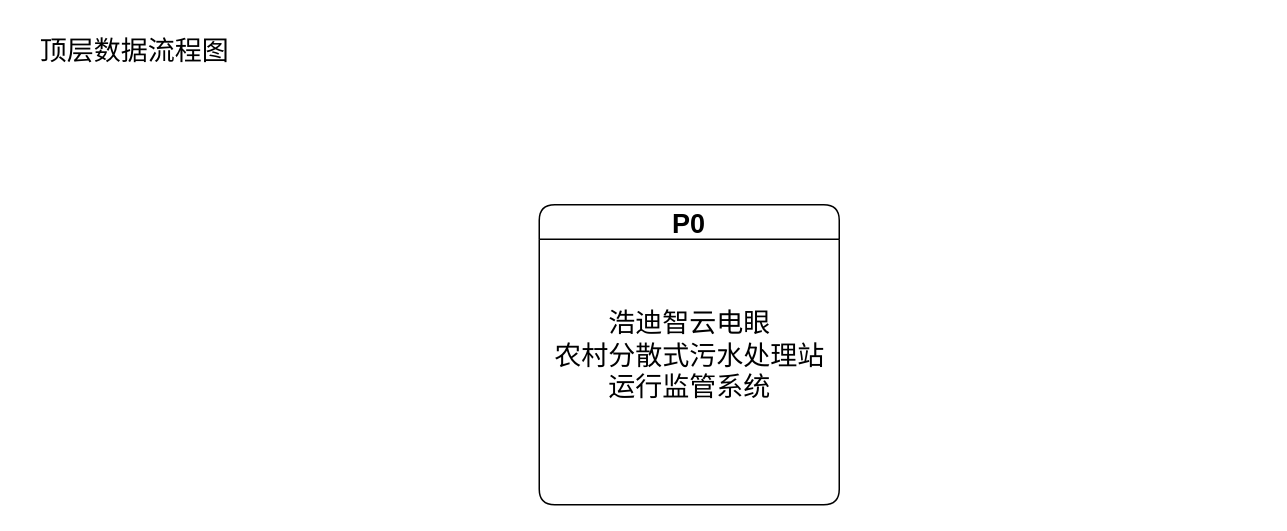
Earlier version of the draw.io diagram 数据流图.drawio (Lihua-neko/QASystemOnMedicalKG). Source tidied: cells renumbered, new cells numbered last; positions are measured from the earlier drawing's top-left corner, leaving out a move shared by most shapes. Both pictures are drawn from the tidied source at 150%, with x=0, y=0 at pixel (26, 26).
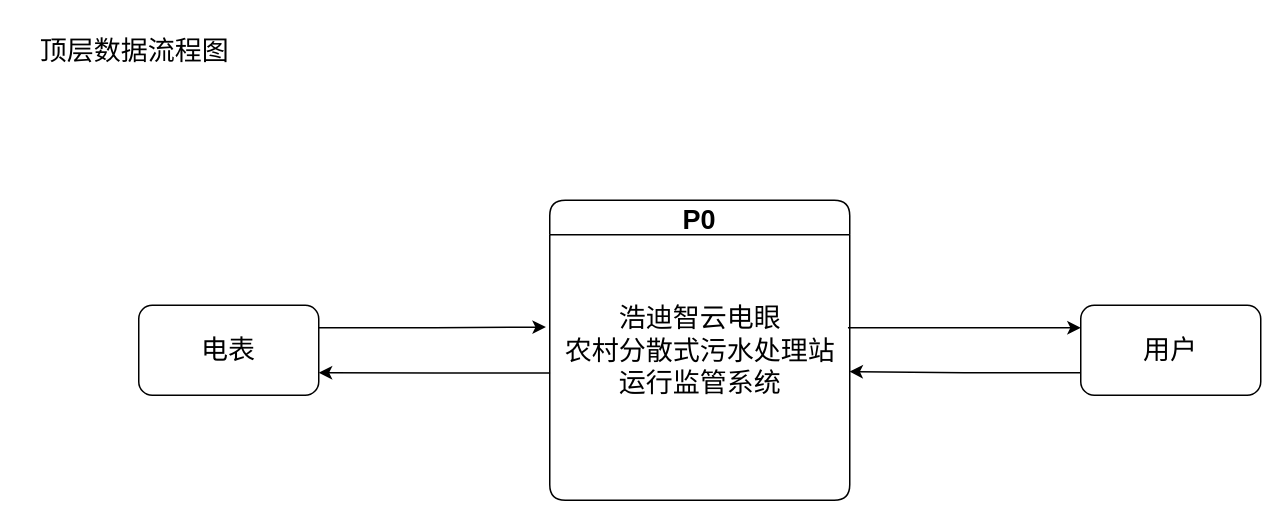
The same diagram, later.

Commit message (it also covers changes not shown here):
更新数据流图.drawio

What changed in the source:
```diff
@@
 <mxGraphModel>
   <root>
     <mxCell id="0" />
     <mxCell id="1" parent="0" />
     <mxCell id="2" value="&lt;font style=&quot;font-size: 18px;&quot;&gt;顶层数据流程图&lt;/font&gt;" style="text;html=1;align=center;verticalAlign=middle;strokeColor=none;fillColor=none;" parent="1" vertex="1">
       <mxGeometry width="144" height="34" as="geometry" />
     </mxCell>
     <mxCell id="3" value="P0" style="swimlane;fontSize=18;rounded=1;sketch=0;shadow=0;glass=0;" parent="1" vertex="1">
-      <mxGeometry x="342" y="119" width="200" height="200" as="geometry" />
+      <mxGeometry x="349" y="116" width="200" height="200" as="geometry" />
     </mxCell>
     <mxCell id="4" value="浩迪智云电眼&lt;br&gt;农村分散式污水处理站&lt;br&gt;运行监管系统" style="text;html=1;align=center;verticalAlign=middle;points=[];strokeColor=none;fillColor=none;fontSize=18;" parent="3" vertex="1">
       <mxGeometry x="1" y="62" width="198" height="77" as="geometry" />
     </mxCell>
+    <mxCell id="5" style="edgeStyle=orthogonalEdgeStyle;rounded=0;jettySize=auto;html=1;exitX=1;exitY=0.25;exitDx=0;exitDy=0;entryX=-0.018;entryY=0.293;entryDx=0;entryDy=0;entryPerimeter=0;fontSize=18;" parent="1" edge="1" source="6" target="4">
+      <mxGeometry relative="1" as="geometry" />
+    </mxCell>
+    <mxCell id="6" value="电表" style="rounded=1;whiteSpace=wrap;html=1;shadow=0;glass=0;sketch=0;fontSize=18;" parent="1" vertex="1">
+      <mxGeometry x="75" y="186" width="120" height="60" as="geometry" />
+    </mxCell>
+    <mxCell id="7" style="edgeStyle=orthogonalEdgeStyle;rounded=0;jettySize=auto;html=1;exitX=0;exitY=0.75;exitDx=0;exitDy=0;entryX=1.004;entryY=0.678;entryDx=0;entryDy=0;entryPerimeter=0;fontSize=18;" parent="1" edge="1" source="8" target="4">
+      <mxGeometry relative="1" as="geometry" />
+    </mxCell>
+    <mxCell id="8" value="用户" style="rounded=1;whiteSpace=wrap;html=1;shadow=0;glass=0;sketch=0;fontSize=18;" parent="1" vertex="1">
+      <mxGeometry x="703" y="186" width="120" height="60" as="geometry" />
+    </mxCell>
+    <mxCell id="9" style="edgeStyle=orthogonalEdgeStyle;rounded=0;jettySize=auto;html=1;exitX=0.999;exitY=0.299;exitDx=0;exitDy=0;entryX=0;entryY=0.25;entryDx=0;entryDy=0;fontSize=18;exitPerimeter=0;" parent="1" edge="1" source="4" target="8">
+      <mxGeometry relative="1" as="geometry" />
+    </mxCell>
+    <mxCell id="10" style="edgeStyle=orthogonalEdgeStyle;rounded=0;jettySize=auto;html=1;exitX=-0.004;exitY=0.69;exitDx=0;exitDy=0;entryX=1;entryY=0.75;entryDx=0;entryDy=0;fontSize=18;exitPerimeter=0;" parent="1" edge="1" source="4" target="6">
+      <mxGeometry relative="1" as="geometry" />
+    </mxCell>
   </root>
 </mxGraphModel>
```
